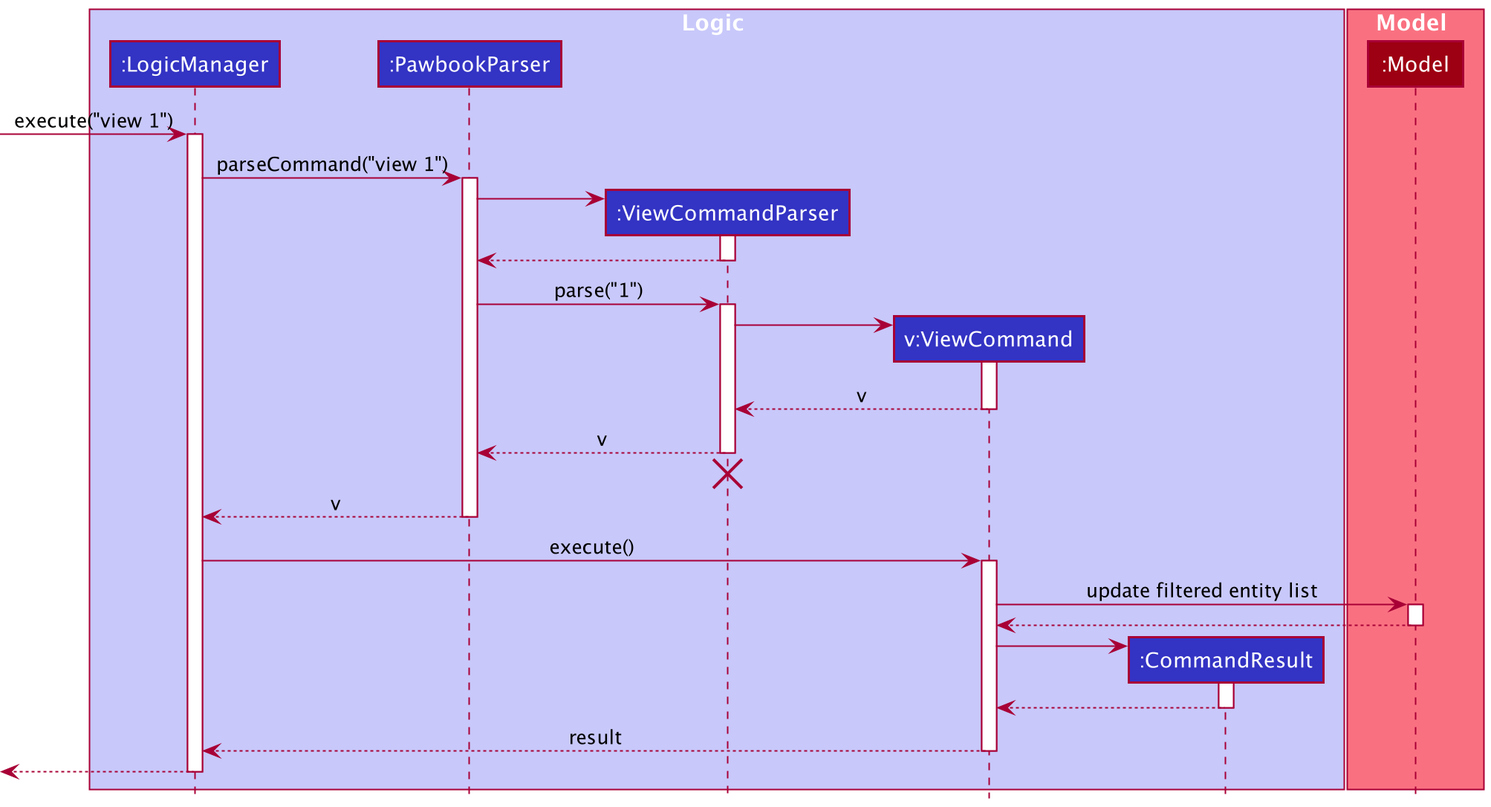
Above: docs/images/ViewSequenceDiagram.png in nus-cs2103-AY2021S2/tp (PlantUML), before the change. Its diagram source:
```plantuml
@startuml
!include style.puml

box Logic LOGIC_COLOR_T1
participant ":LogicManager" as LogicManager LOGIC_COLOR
participant ":PawbookParser" as PawbookParser LOGIC_COLOR
participant ":ViewCommandParser" as ViewCommandParser LOGIC_COLOR
participant "v:ViewCommand" as ViewCommand LOGIC_COLOR
participant ":CommandResult" as CommandResult LOGIC_COLOR
end box

box Model MODEL_COLOR_T1
participant ":Model" as Model MODEL_COLOR
end box

[-> LogicManager : execute("view 1")
activate LogicManager

LogicManager -> PawbookParser : parseCommand("view 1")
activate PawbookParser

create ViewCommandParser
PawbookParser -> ViewCommandParser
activate ViewCommandParser

ViewCommandParser --> PawbookParser
deactivate ViewCommandParser

PawbookParser -> ViewCommandParser : parse("1")
activate ViewCommandParser

create ViewCommand
ViewCommandParser -> ViewCommand
activate ViewCommand

ViewCommand --> ViewCommandParser : v
deactivate ViewCommand

ViewCommandParser --> PawbookParser : v
deactivate ViewCommandParser
ViewCommandParser -[hidden]-> PawbookParser
destroy ViewCommandParser

PawbookParser --> LogicManager : v
deactivate PawbookParser

LogicManager -> ViewCommand : execute()
activate ViewCommand

ViewCommand -> Model : update filtered entity list
activate Model

Model --> ViewCommand
deactivate Model

create CommandResult
ViewCommand -> CommandResult
activate CommandResult

CommandResult --> ViewCommand
deactivate CommandResult

ViewCommand --> LogicManager : result
deactivate ViewCommand

[<--LogicManager
deactivate LogicManager
@enduml
```
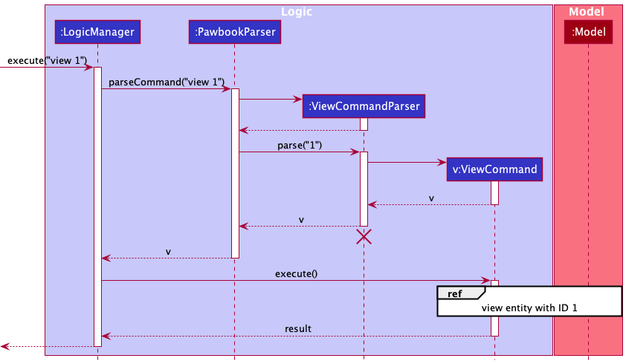
The same file after the commit.

Commit message:
Update view and find sequence diagrams

Change to the diagram source:
```diff
@@ -6,7 +6,6 @@
 participant ":PawbookParser" as PawbookParser LOGIC_COLOR
 participant ":ViewCommandParser" as ViewCommandParser LOGIC_COLOR
 participant "v:ViewCommand" as ViewCommand LOGIC_COLOR
-participant ":CommandResult" as CommandResult LOGIC_COLOR
 end box
 
 box Model MODEL_COLOR_T1
@@ -47,18 +46,7 @@
 LogicManager -> ViewCommand : execute()
 activate ViewCommand
 
-ViewCommand -> Model : update filtered entity list
-activate Model
-
-Model --> ViewCommand
-deactivate Model
-
-create CommandResult
-ViewCommand -> CommandResult
-activate CommandResult
-
-CommandResult --> ViewCommand
-deactivate CommandResult
+ref over ViewCommand, Model : view entity with ID 1
 
 ViewCommand --> LogicManager : result
 deactivate ViewCommand
```
